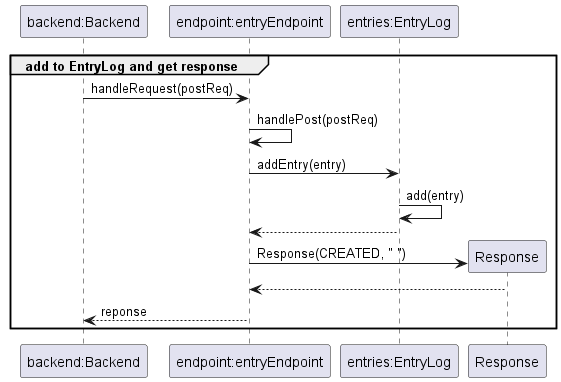
The PlantUML diagram docs/static/AddCommandSequenceDiagramReference.png in nus-cs2113-AY2223S2/tp, before a commit.
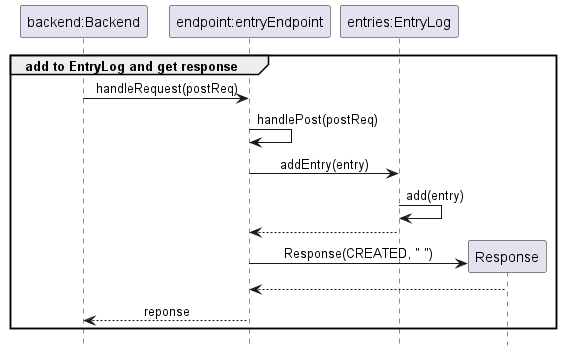
Above is the later version.

Change to the diagram source:
```diff
@@ -1,4 +1,6 @@
 @startuml
+!include Style.puml
+
 group add to EntryLog and get response
 
 participant "backend:Backend" as Backend
```
